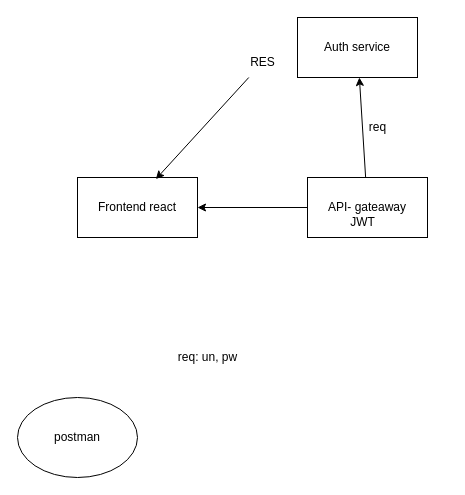
The draw.io diagram backend/API-gateway/diag.drawio in nxdun/lms-microservice, before the edit. Source tidied: cells renumbered, new cells numbered last; positions are measured from the earlier drawing's top-left corner, leaving out a move shared by most shapes. Both pictures are drawn from the tidied source at 100%, with x=0, y=0 at pixel (17, 17).
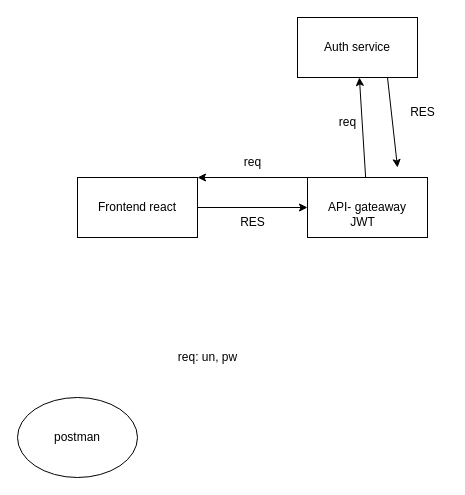
Above is the later version.

Change to the diagram source:
```diff
@@
 <mxGraphModel>
   <root>
     <mxCell id="0" />
     <mxCell id="1" parent="0" />
     <mxCell id="2" value="Frontend react" style="rounded=0;whiteSpace=wrap;html=1;" parent="1" vertex="1">
       <mxGeometry x="60" y="160" width="120" height="60" as="geometry" />
     </mxCell>
     <mxCell id="3" style="edgeStyle=none;html=1;" parent="1" edge="1" source="5" target="6">
       <mxGeometry relative="1" as="geometry" />
     </mxCell>
-    <mxCell id="4" style="edgeStyle=none;html=1;" parent="1" edge="1" source="5" target="2">
+    <mxCell id="4" style="edgeStyle=none;html=1;" parent="1" edge="1" source="2" target="5">
       <mxGeometry relative="1" as="geometry" />
     </mxCell>
     <mxCell id="5" value="API- gateaway" style="rounded=0;whiteSpace=wrap;html=1;" parent="1" vertex="1">
       <mxGeometry x="290" y="160" width="120" height="60" as="geometry" />
     </mxCell>
     <mxCell id="6" value="Auth service" style="rounded=0;whiteSpace=wrap;html=1;" parent="1" vertex="1">
       <mxGeometry x="280" width="120" height="60" as="geometry" />
     </mxCell>
     <mxCell id="7" value="postman" style="ellipse;whiteSpace=wrap;html=1;" parent="1" vertex="1">
       <mxGeometry y="380" width="120" height="80" as="geometry" />
     </mxCell>
     <mxCell id="8" value="req: un, pw" style="text;html=1;align=center;verticalAlign=middle;strokeColor=none;fillColor=none;" parent="1" vertex="1">
       <mxGeometry x="150" y="325" width="80" height="30" as="geometry" />
     </mxCell>
     <mxCell id="9" value="req" style="text;html=1;align=center;verticalAlign=middle;strokeColor=none;fillColor=none;" parent="1" vertex="1">
-      <mxGeometry x="340" y="95" width="40" height="30" as="geometry" />
+      <mxGeometry x="215" y="130" width="40" height="30" as="geometry" />
     </mxCell>
     <mxCell id="10" value="JWT" style="text;html=1;align=center;verticalAlign=middle;strokeColor=none;fillColor=none;" parent="1" vertex="1">
       <mxGeometry x="320" y="190" width="50" height="30" as="geometry" />
     </mxCell>
-    <mxCell id="11" style="edgeStyle=none;html=1;entryX=0.653;entryY=0.027;entryDx=0;entryDy=0;entryPerimeter=0;" parent="1" edge="1" source="12" target="2">
+    <mxCell id="11" style="edgeStyle=none;html=1;exitX=0;exitY=0;exitDx=0;exitDy=0;entryX=1;entryY=0;entryDx=0;entryDy=0;" parent="1" edge="1" source="5" target="2">
       <mxGeometry relative="1" as="geometry" />
     </mxCell>
     <mxCell id="12" value="RES" style="text;html=1;align=center;verticalAlign=middle;points=[];strokeColor=none;fillColor=none;" parent="1" vertex="1">
-      <mxGeometry x="220" y="30" width="50" height="30" as="geometry" />
+      <mxGeometry x="210" y="190" width="50" height="30" as="geometry" />
     </mxCell>
+    <mxCell id="13" value="req" style="text;html=1;align=center;verticalAlign=middle;strokeColor=none;fillColor=none;" parent="1" vertex="1">
+      <mxGeometry x="310" y="90" width="40" height="30" as="geometry" />
+    </mxCell>
+    <mxCell id="14" value="RES" style="text;html=1;align=center;verticalAlign=middle;strokeColor=none;fillColor=none;" parent="1" vertex="1">
+      <mxGeometry x="380" y="80" width="50" height="30" as="geometry" />
+    </mxCell>
+    <mxCell id="15" style="edgeStyle=none;html=1;exitX=0.75;exitY=1;exitDx=0;exitDy=0;" parent="1" edge="1" source="6">
+      <mxGeometry relative="1" as="geometry">
+        <mxPoint x="380" y="150" as="targetPoint" />
+      </mxGeometry>
+    </mxCell>
   </root>
 </mxGraphModel>
```
